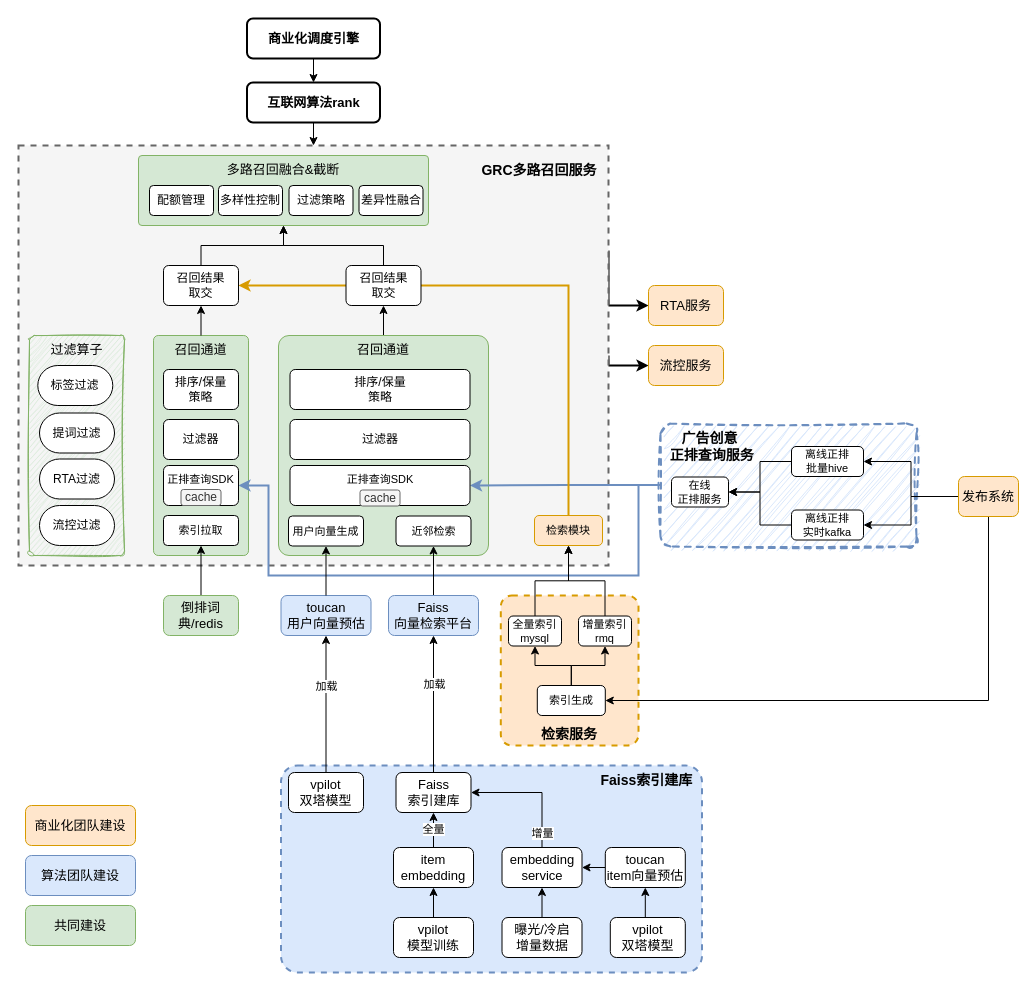
The draw.io diagram page "第 6 页" (6 of 6) of 商业化召回.drawio in yantao006/draw_io, before the edit. Source tidied: cells renumbered, new cells numbered last; positions are measured from the earlier drawing's top-left corner, leaving out a move shared by most shapes. Both pictures are drawn from the tidied source at 100%, with x=0, y=0 at pixel (18, 18).
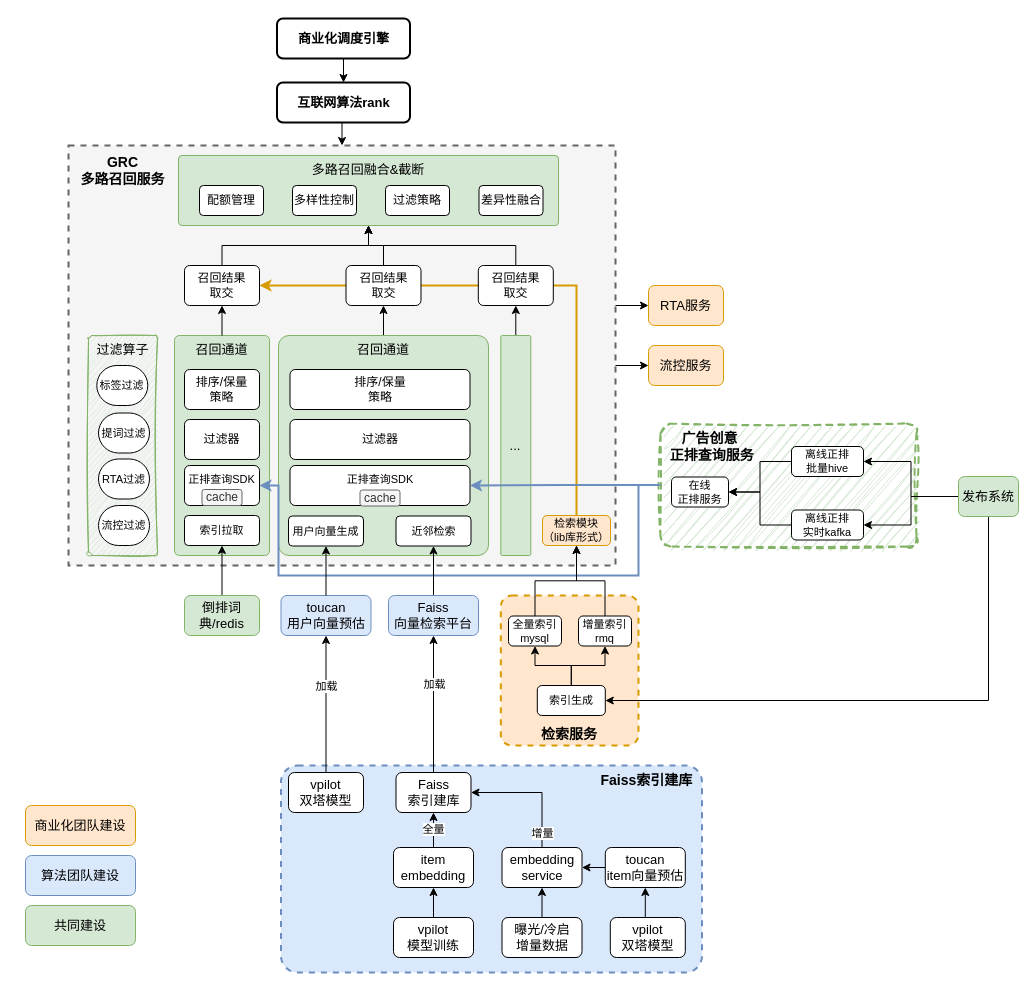
The same diagram, later.

Unchanged cells that the change refers to:
```xml
<mxCell id="69" value="&lt;div&gt;&lt;font style=&quot;font-size: 11px;&quot;&gt;正排查询SDK&lt;/font&gt;&lt;/div&gt;" style="rounded=1;whiteSpace=wrap;html=1;verticalAlign=top;arcSize=13;" parent="1" vertex="1">
  <mxGeometry x="271.5" y="447" width="180" height="40" as="geometry" />
</mxCell>
<mxCell id="77" value="&lt;div&gt;&lt;span style=&quot;font-size: 13px;&quot;&gt;RTA服务&lt;/span&gt;&lt;/div&gt;" style="rounded=1;whiteSpace=wrap;html=1;fillColor=#ffe6cc;strokeColor=#d79b00;" parent="1" vertex="1">
  <mxGeometry x="630" y="267" width="75" height="40" as="geometry" />
</mxCell>
<mxCell id="78" value="&lt;div&gt;&lt;span style=&quot;font-size: 13px;&quot;&gt;流控服务&lt;/span&gt;&lt;/div&gt;" style="rounded=1;whiteSpace=wrap;html=1;fillColor=#ffe6cc;strokeColor=#d79b00;" parent="1" vertex="1">
  <mxGeometry x="630" y="327" width="75" height="40" as="geometry" />
</mxCell>
```

Diff of the diagram source:
```diff
@@
-    <mxCell id="2" style="edgeStyle=orthogonalEdgeStyle;rounded=0;jettySize=auto;html=1;exitX=1;exitY=0.25;exitDx=0;exitDy=0;entryX=0;entryY=0.5;entryDx=0;entryDy=0;strokeWidth=2;" parent="1" edge="1" source="4" target="77">
+    <mxCell id="2" style="edgeStyle=orthogonalEdgeStyle;rounded=0;jettySize=auto;html=1;exitX=1;exitY=0.25;exitDx=0;exitDy=0;entryX=0;entryY=0.5;entryDx=0;entryDy=0;strokeWidth=1;" parent="1" edge="1" source="4" target="77">
       <mxGeometry relative="1" as="geometry">
         <Array as="points">
           <mxPoint x="590" y="287" />
         </Array>
       </mxGeometry>
     </mxCell>
-    <mxCell id="3" style="edgeStyle=orthogonalEdgeStyle;rounded=0;jettySize=auto;html=1;exitX=1;exitY=0.5;exitDx=0;exitDy=0;entryX=0;entryY=0.5;entryDx=0;entryDy=0;strokeWidth=2;" parent="1" edge="1" source="4" target="78">
+    <mxCell id="3" style="edgeStyle=orthogonalEdgeStyle;rounded=0;jettySize=auto;html=1;exitX=1;exitY=0.5;exitDx=0;exitDy=0;entryX=0;entryY=0.5;entryDx=0;entryDy=0;strokeWidth=1;" parent="1" edge="1" source="4" target="78">
       <mxGeometry relative="1" as="geometry">
         <Array as="points">
           <mxPoint x="590" y="347" />
         </Array>
       </mxGeometry>
     </mxCell>
     <mxCell id="4" style="rounded=0;whiteSpace=wrap;html=1;verticalAlign=top;arcSize=5;strokeWidth=2;dashed=1;fillColor=#f5f5f5;fontColor=#333333;strokeColor=#666666;shadow=0;" parent="1" vertex="1">
-      <mxGeometry y="127" width="590" height="420" as="geometry" />
+      <mxGeometry x="50" y="127" width="547" height="420" as="geometry" />
     </mxCell>
     <mxCell id="5" value="&lt;div&gt;&lt;span style=&quot;font-size: 13px;&quot;&gt;召回通道&lt;/span&gt;&lt;/div&gt;" style="rounded=1;whiteSpace=wrap;html=1;fillColor=#d5e8d4;strokeColor=#82b366;verticalAlign=top;arcSize=5;" parent="1" vertex="1">
-      <mxGeometry x="135" y="317" width="95" height="220" as="geometry" />
+      <mxGeometry x="156" y="317" width="95" height="220" as="geometry" />
     </mxCell>
@@
-    <mxCell id="10" style="edgeStyle=orthogonalEdgeStyle;rounded=0;jettySize=auto;html=1;exitX=0;exitY=0.5;exitDx=0;exitDy=0;entryX=1;entryY=0.5;entryDx=0;entryDy=0;fillColor=#dae8fc;strokeColor=#6c8ebf;strokeWidth=2;" parent="1" edge="1" source="12" target="69">
-      <mxGeometry relative="1" as="geometry" />
-    </mxCell>
     <mxCell id="11" style="edgeStyle=orthogonalEdgeStyle;rounded=0;jettySize=auto;html=1;exitX=0;exitY=0.5;exitDx=0;exitDy=0;fillColor=#dae8fc;strokeColor=#6c8ebf;strokeWidth=2;" parent="1" edge="1" source="12" target="23">
       <mxGeometry relative="1" as="geometry">
         <Array as="points">
           <mxPoint x="620" y="467" />
           <mxPoint x="620" y="557" />
-          <mxPoint x="250" y="557" />
-          <mxPoint x="250" y="467" />
+          <mxPoint x="260" y="557" />
+          <mxPoint x="260" y="467" />
         </Array>
       </mxGeometry>
     </mxCell>
-    <mxCell id="12" value="&lt;b&gt;&amp;nbsp; &amp;nbsp; &amp;nbsp;广告创意&lt;/b&gt;&lt;div&gt;&lt;b&gt;&amp;nbsp; 正排查询服务&lt;/b&gt;&lt;/div&gt;" style="rounded=1;whiteSpace=wrap;html=1;fontSize=14;fillColor=#dae8fc;dashed=1;strokeWidth=2;strokeColor=#6c8ebf;verticalAlign=top;align=left;arcSize=8;glass=0;shadow=0;sketch=1;curveFitting=1;jiggle=2;" parent="1" vertex="1">
+    <mxCell id="12" value="&lt;b&gt;&amp;nbsp; &amp;nbsp; &amp;nbsp;广告创意&lt;/b&gt;&lt;div&gt;&lt;b&gt;&amp;nbsp; 正排查询服务&lt;/b&gt;&lt;/div&gt;" style="rounded=1;whiteSpace=wrap;html=1;fontSize=14;fillColor=#d5e8d4;dashed=1;strokeWidth=2;strokeColor=#82b366;verticalAlign=top;align=left;arcSize=8;glass=0;shadow=0;sketch=1;curveFitting=1;jiggle=2;" parent="1" vertex="1">
       <mxGeometry x="642" y="405" width="256" height="123" as="geometry" />
     </mxCell>
@@
-    <mxCell id="14" value="&lt;div&gt;&lt;span&gt;检索模块&lt;/span&gt;&lt;/div&gt;" style="rounded=1;whiteSpace=wrap;html=1;fontSize=11;fillColor=#ffe6cc;strokeColor=#d79b00;" parent="1" vertex="1">
-      <mxGeometry x="516" y="497" width="68" height="30" as="geometry" />
+    <mxCell id="14" value="&lt;div&gt;&lt;span&gt;检索模块&lt;/span&gt;&lt;/div&gt;&lt;div&gt;&lt;span&gt;（lib库形式）&lt;/span&gt;&lt;/div&gt;" style="rounded=1;whiteSpace=wrap;html=1;fontSize=11;fillColor=#ffe6cc;strokeColor=#d79b00;" parent="1" vertex="1">
+      <mxGeometry x="524" y="497" width="68" height="30" as="geometry" />
     </mxCell>
@@
     <mxCell id="23" value="&lt;div&gt;&lt;font style=&quot;font-size: 11px;&quot;&gt;正排查询SDK&lt;/font&gt;&lt;/div&gt;" style="rounded=1;whiteSpace=wrap;html=1;verticalAlign=top;arcSize=13;" parent="1" vertex="1">
-      <mxGeometry x="145" y="447" width="75" height="40" as="geometry" />
+      <mxGeometry x="166" y="447" width="75" height="40" as="geometry" />
     </mxCell>
     <mxCell id="24" value="cache" style="rounded=1;whiteSpace=wrap;html=1;verticalAlign=middle;fillColor=#f5f5f5;strokeColor=#666666;fontColor=#333333;" parent="1" vertex="1">
-      <mxGeometry x="162.5" y="471" width="40" height="16" as="geometry" />
+      <mxGeometry x="183.5" y="471" width="40" height="16" as="geometry" />
     </mxCell>
@@
-    <mxCell id="28" value="&lt;span style=&quot;font-size: 13px;&quot;&gt;发布系统&lt;/span&gt;" style="rounded=1;whiteSpace=wrap;html=1;fillColor=#ffe6cc;strokeColor=#d79b00;" parent="1" vertex="1">
+    <mxCell id="28" value="&lt;span style=&quot;font-size: 13px;&quot;&gt;发布系统&lt;/span&gt;" style="rounded=1;whiteSpace=wrap;html=1;fillColor=#d5e8d4;strokeColor=#82b366;" parent="1" vertex="1">
       <mxGeometry x="940" y="458" width="60" height="40" as="geometry" />
     </mxCell>
@@
     <mxCell id="34" value="&lt;div&gt;&lt;span style=&quot;font-size: 11px;&quot;&gt;索引拉取&lt;/span&gt;&lt;/div&gt;" style="rounded=1;whiteSpace=wrap;html=1;verticalAlign=middle;arcSize=13;" parent="1" vertex="1">
-      <mxGeometry x="145" y="497" width="75" height="30" as="geometry" />
+      <mxGeometry x="166" y="497" width="75" height="30" as="geometry" />
     </mxCell>
     <mxCell id="35" value="&lt;div&gt;&lt;span style=&quot;background-color: transparent; color: light-dark(rgb(0, 0, 0), rgb(255, 255, 255));&quot;&gt;过滤器&lt;/span&gt;&lt;/div&gt;" style="rounded=1;whiteSpace=wrap;html=1;verticalAlign=middle;arcSize=13;" parent="1" vertex="1">
-      <mxGeometry x="145" y="401" width="75" height="40" as="geometry" />
+      <mxGeometry x="166" y="401" width="75" height="40" as="geometry" />
     </mxCell>
     <mxCell id="36" value="排序/保量&lt;div&gt;策略&lt;/div&gt;" style="rounded=1;whiteSpace=wrap;html=1;verticalAlign=middle;arcSize=13;" parent="1" vertex="1">
-      <mxGeometry x="145" y="351" width="75" height="40" as="geometry" />
+      <mxGeometry x="166" y="351" width="75" height="40" as="geometry" />
     </mxCell>
@@
     <mxCell id="38" value="&lt;div&gt;&lt;span style=&quot;font-size: 13px;&quot;&gt;倒排词典/redis&lt;/span&gt;&lt;/div&gt;" style="rounded=1;whiteSpace=wrap;html=1;fillColor=#d5e8d4;strokeColor=#82b366;" parent="1" vertex="1">
-      <mxGeometry x="145" y="577" width="75" height="40" as="geometry" />
+      <mxGeometry x="166" y="577" width="75" height="40" as="geometry" />
     </mxCell>
@@
     <mxCell id="61" value="&lt;div&gt;&lt;span style=&quot;font-size: 13px;&quot;&gt;过滤算子&lt;/span&gt;&lt;/div&gt;" style="rounded=1;whiteSpace=wrap;html=1;fillColor=#d5e8d4;strokeColor=#82b366;verticalAlign=top;arcSize=5;sketch=1;curveFitting=1;jiggle=2;" parent="1" vertex="1">
-      <mxGeometry x="11" y="317" width="95" height="220" as="geometry" />
+      <mxGeometry x="70" y="317" width="69" height="220" as="geometry" />
     </mxCell>
-    <mxCell id="62" value="标签过滤" style="rounded=1;whiteSpace=wrap;html=1;verticalAlign=middle;arcSize=50;perimeterSpacing=0;" parent="1" vertex="1">
-      <mxGeometry x="19.3" y="347" width="75" height="40" as="geometry" />
+    <mxCell id="62" value="标签过滤" style="rounded=1;whiteSpace=wrap;html=1;verticalAlign=middle;arcSize=50;perimeterSpacing=0;fontSize=11;" parent="1" vertex="1">
+      <mxGeometry x="78.3" y="347" width="51" height="40" as="geometry" />
     </mxCell>
-    <mxCell id="63" value="提词过滤" style="rounded=1;whiteSpace=wrap;html=1;verticalAlign=middle;arcSize=50;" parent="1" vertex="1">
-      <mxGeometry x="21" y="394.5" width="75" height="40" as="geometry" />
+    <mxCell id="63" value="提词过滤" style="rounded=1;whiteSpace=wrap;html=1;verticalAlign=middle;arcSize=50;fontSize=11;" parent="1" vertex="1">
+      <mxGeometry x="80" y="394.5" width="51" height="40" as="geometry" />
     </mxCell>
-    <mxCell id="64" value="RTA过滤" style="rounded=1;whiteSpace=wrap;html=1;verticalAlign=middle;arcSize=50;" parent="1" vertex="1">
-      <mxGeometry x="21" y="440.5" width="75" height="40" as="geometry" />
+    <mxCell id="64" value="RTA过滤" style="rounded=1;whiteSpace=wrap;html=1;verticalAlign=middle;arcSize=50;fontSize=11;" parent="1" vertex="1">
+      <mxGeometry x="80" y="440.5" width="51" height="40" as="geometry" />
     </mxCell>
-    <mxCell id="65" value="流控过滤" style="rounded=1;whiteSpace=wrap;html=1;verticalAlign=middle;arcSize=50;" parent="1" vertex="1">
-      <mxGeometry x="21" y="487" width="75" height="40" as="geometry" />
+    <mxCell id="65" value="流控过滤" style="rounded=1;whiteSpace=wrap;html=1;verticalAlign=middle;arcSize=50;fontSize=11;" parent="1" vertex="1">
+      <mxGeometry x="80" y="487" width="51" height="40" as="geometry" />
     </mxCell>
@@
     <mxCell id="73" value="&lt;div&gt;&lt;span style=&quot;font-size: 13px;&quot;&gt;多路召回融合&amp;amp;截断&lt;/span&gt;&lt;/div&gt;" style="rounded=1;whiteSpace=wrap;html=1;fillColor=#d5e8d4;strokeColor=#82b366;verticalAlign=top;arcSize=5;" parent="1" vertex="1">
-      <mxGeometry x="120" y="137" width="290" height="70" as="geometry" />
+      <mxGeometry x="160" y="137" width="380" height="70" as="geometry" />
     </mxCell>
     <mxCell id="74" value="配额管理" style="rounded=1;whiteSpace=wrap;html=1;verticalAlign=middle;arcSize=13;" parent="1" vertex="1">
-      <mxGeometry x="131" y="167" width="64" height="30" as="geometry" />
+      <mxGeometry x="181" y="167" width="64" height="30" as="geometry" />
     </mxCell>
     <mxCell id="75" value="差异性融合" style="rounded=1;whiteSpace=wrap;html=1;verticalAlign=middle;arcSize=13;" parent="1" vertex="1">
-      <mxGeometry x="340.5" y="167" width="64" height="30" as="geometry" />
+      <mxGeometry x="460.5" y="167" width="64" height="30" as="geometry" />
     </mxCell>
     <mxCell id="76" value="多样性控制" style="rounded=1;whiteSpace=wrap;html=1;verticalAlign=middle;arcSize=13;" parent="1" vertex="1">
-      <mxGeometry x="200" y="167" width="64" height="30" as="geometry" />
+      <mxGeometry x="274" y="167" width="64" height="30" as="geometry" />
     </mxCell>
@@
     <mxCell id="80" value="召回结果&lt;div&gt;取交&lt;/div&gt;" style="rounded=1;whiteSpace=wrap;html=1;verticalAlign=middle;arcSize=13;" parent="1" vertex="1">
-      <mxGeometry x="145" y="247" width="75" height="40" as="geometry" />
+      <mxGeometry x="166" y="247" width="75" height="40" as="geometry" />
     </mxCell>
@@
     <mxCell id="83" value="过滤策略" style="rounded=1;whiteSpace=wrap;html=1;verticalAlign=middle;arcSize=13;" parent="1" vertex="1">
-      <mxGeometry x="270.5" y="167" width="64" height="30" as="geometry" />
+      <mxGeometry x="367" y="167" width="64" height="30" as="geometry" />
     </mxCell>
@@
     <mxCell id="85" value="&lt;div&gt;&lt;span style=&quot;font-size: 13px;&quot;&gt;&lt;b&gt;商业化调度引擎&lt;/b&gt;&lt;/span&gt;&lt;/div&gt;" style="rounded=1;whiteSpace=wrap;html=1;strokeWidth=2;" parent="1" vertex="1">
-      <mxGeometry x="228.5" width="133" height="40" as="geometry" />
+      <mxGeometry x="258.5" width="133" height="40" as="geometry" />
     </mxCell>
-    <mxCell id="86" value="GRC多路召回服务" style="text;html=1;align=center;verticalAlign=middle;whiteSpace=wrap;rounded=0;fontStyle=1;fontSize=14;" parent="1" vertex="1">
-      <mxGeometry x="458" y="137" width="126" height="30" as="geometry" />
+    <mxCell id="86" value="GRC&lt;div&gt;多路召回服务&lt;/div&gt;" style="text;html=1;align=center;verticalAlign=middle;whiteSpace=wrap;rounded=0;fontStyle=1;fontSize=14;" parent="1" vertex="1">
+      <mxGeometry x="54.5" y="137" width="98.5" height="30" as="geometry" />
     </mxCell>
@@
     <mxCell id="88" value="&lt;div&gt;&lt;span style=&quot;font-size: 13px;&quot;&gt;&lt;b&gt;互联网算法rank&lt;/b&gt;&lt;/span&gt;&lt;/div&gt;" style="rounded=1;whiteSpace=wrap;html=1;strokeWidth=2;" parent="1" vertex="1">
-      <mxGeometry x="228.5" y="64" width="133" height="40" as="geometry" />
+      <mxGeometry x="258.5" y="64" width="133" height="40" as="geometry" />
     </mxCell>
@@
+    <mxCell id="92" style="edgeStyle=orthogonalEdgeStyle;rounded=0;jettySize=auto;html=1;exitX=0.5;exitY=0;exitDx=0;exitDy=0;entryX=0.5;entryY=1;entryDx=0;entryDy=0;" parent="1" edge="1" source="93" target="95">
+      <mxGeometry relative="1" as="geometry" />
+    </mxCell>
+    <mxCell id="93" value="&lt;div&gt;&lt;span style=&quot;font-size: 13px;&quot;&gt;...&lt;/span&gt;&lt;/div&gt;" style="rounded=1;whiteSpace=wrap;html=1;fillColor=#d5e8d4;strokeColor=#82b366;verticalAlign=middle;arcSize=5;" parent="1" vertex="1">
+      <mxGeometry x="482.3" y="317" width="30" height="220" as="geometry" />
+    </mxCell>
+    <mxCell id="94" style="edgeStyle=orthogonalEdgeStyle;rounded=0;jettySize=auto;html=1;exitX=0.5;exitY=0;exitDx=0;exitDy=0;entryX=0.5;entryY=1;entryDx=0;entryDy=0;" parent="1" edge="1" source="95" target="73">
+      <mxGeometry relative="1" as="geometry" />
+    </mxCell>
+    <mxCell id="95" value="召回结果&lt;div&gt;取交&lt;/div&gt;" style="rounded=1;whiteSpace=wrap;html=1;verticalAlign=middle;arcSize=13;" parent="1" vertex="1">
+      <mxGeometry x="459.8" y="247" width="75" height="40" as="geometry" />
+    </mxCell>
+    <mxCell id="10" style="edgeStyle=orthogonalEdgeStyle;rounded=0;jettySize=auto;html=1;exitX=0;exitY=0.5;exitDx=0;exitDy=0;entryX=1;entryY=0.5;entryDx=0;entryDy=0;fillColor=#dae8fc;strokeColor=#6c8ebf;strokeWidth=2;" parent="1" edge="1" source="12" target="69">
+      <mxGeometry relative="1" as="geometry" />
+    </mxCell>
```
